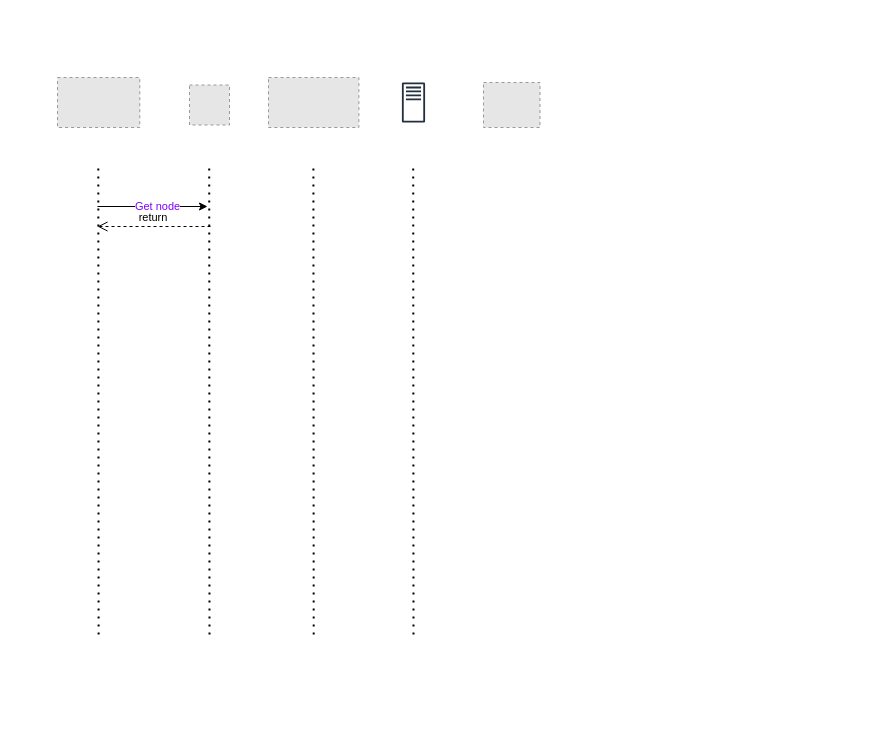
dzbeda/opsschool-mid-project keeps this draw.io diagram as page "CI\CD flow" (2 of 4) of Infra provisioning flow.drawio. Above is the earlier version. Source tidied: cells renumbered, new cells numbered last; positions are measured from the earlier drawing's top-left corner, leaving out a move shared by most shapes. Both pictures are drawn from the tidied source at 100%, with x=0, y=0 at pixel (57, 77). Pictures stored in the file or linked from it are replaced by grey dashed boxes.
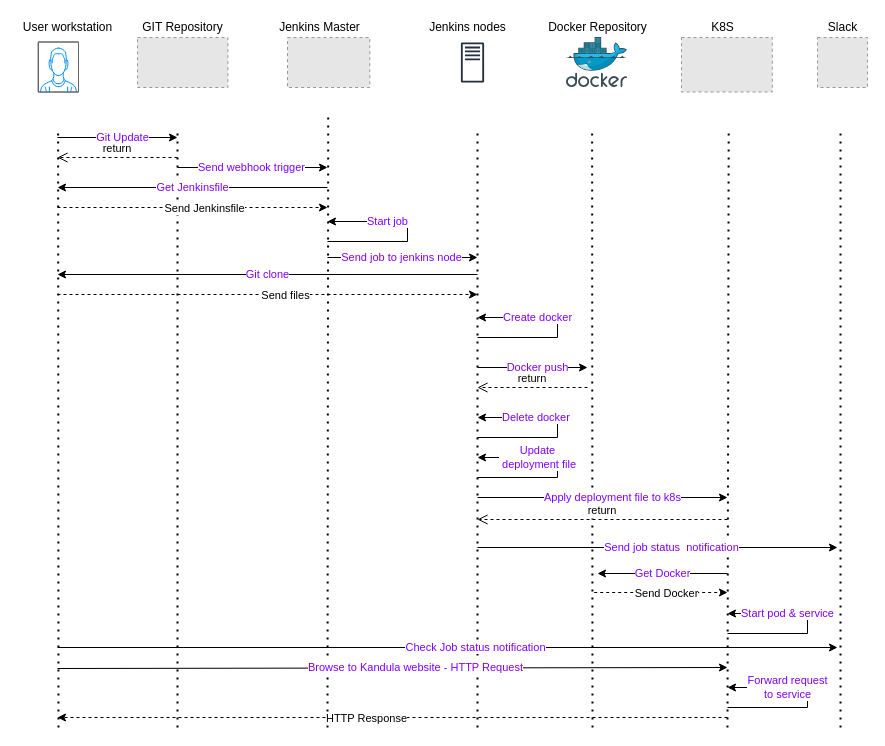
After the change.

Change to the diagram source:
```diff
@@
-    <mxCell id="2" style="fillColor=#E6E6E6;strokeColor=#999999;dashed=1;verticalLabelPosition=bottom;labelBackgroundColor=default;verticalAlign=top;" parent="1" vertex="1">
-      <mxGeometry x="132" y="7.5" width="40" height="40" as="geometry" />
-    </mxCell>
-    <mxCell id="3" style="fillColor=#E6E6E6;strokeColor=#999999;dashed=1;verticalLabelPosition=bottom;labelBackgroundColor=default;verticalAlign=top;" parent="1" vertex="1">
-      <mxGeometry x="426" y="5" width="56.5" height="45" as="geometry" />
-    </mxCell>
     <mxCell id="4" style="fillColor=#E6E6E6;strokeColor=#999999;dashed=1;verticalLabelPosition=bottom;labelBackgroundColor=default;verticalAlign=top;" parent="1" vertex="1">
-      <mxGeometry x="211" width="90.4" height="50" as="geometry" />
+      <mxGeometry x="80" y="-40" width="90.4" height="50" as="geometry" />
     </mxCell>
     <mxCell id="5" style="fillColor=#E6E6E6;strokeColor=#999999;dashed=1;verticalLabelPosition=bottom;labelBackgroundColor=default;verticalAlign=top;" parent="1" vertex="1">
-      <mxGeometry width="82.3" height="50" as="geometry" />
+      <mxGeometry x="230" y="-40" width="82.3" height="50" as="geometry" />
     </mxCell>
     <mxCell id="6" style="sketch=0;fontColor=#232F3E;gradientColor=none;strokeColor=#232F3E;fillColor=#ffffff;dashed=0;verticalLabelPosition=bottom;verticalAlign=top;align=center;html=1;fontSize=12;fontStyle=0;shape=mxgraph.aws4.resourceIcon;resIcon=mxgraph.aws4.traditional_server;" parent="1" vertex="1">
-      <mxGeometry x="331" width="50" height="50" as="geometry" />
+      <mxGeometry x="390" y="-40" width="50" height="50" as="geometry" />
     </mxCell>
-    <mxCell id="7" style="endArrow=none;dashed=1;html=1;dashPattern=1 3;strokeWidth=2;rounded=0;" parent="1" edge="1">
-      <mxGeometry relative="1" as="geometry">
-        <mxPoint x="41.1" y="557" as="sourcePoint" />
-        <mxPoint x="40.8" y="90" as="targetPoint" />
-      </mxGeometry>
-    </mxCell>
     <mxCell id="8" style="endArrow=none;dashed=1;html=1;dashPattern=1 3;strokeWidth=2;rounded=0;" parent="1" edge="1">
       <mxGeometry relative="1" as="geometry">
-        <mxPoint x="152" y="557" as="sourcePoint" />
-        <mxPoint x="151.7" y="90" as="targetPoint" />
+        <mxPoint x="120" y="650" as="sourcePoint" />
+        <mxPoint x="120" y="50" as="targetPoint" />
       </mxGeometry>
     </mxCell>
-    <mxCell id="9" style="endArrow=none;dashed=1;html=1;dashPattern=1 3;strokeWidth=2;rounded=0;" parent="1" edge="1">
-      <mxGeometry relative="1" as="geometry">
-        <mxPoint x="256.2" y="557" as="sourcePoint" />
-        <mxPoint x="255.9" y="90" as="targetPoint" />
-      </mxGeometry>
-    </mxCell>
-    <mxCell id="10" style="endArrow=none;dashed=1;html=1;dashPattern=1 3;strokeWidth=2;rounded=0;" parent="1" edge="1">
-      <mxGeometry relative="1" as="geometry">
-        <mxPoint x="356" y="557" as="sourcePoint" />
-        <mxPoint x="355.7" y="90" as="targetPoint" />
-      </mxGeometry>
-    </mxCell>
-    <mxCell id="11" style="endArrow=classic;html=1;rounded=0;" parent="1" edge="1">
-      <mxGeometry relative="1" as="geometry">
-        <mxPoint x="40" y="129" as="sourcePoint" />
-        <mxPoint x="150" y="129" as="targetPoint" />
-      </mxGeometry>
-    </mxCell>
-    <mxCell id="12" value="Get node" style="edgeLabel;html=1;align=center;verticalAlign=middle;fontColor=#7F00FF;" parent="11" vertex="1">
-      <mxGeometry x="0.07" y="1" relative="1" as="geometry" />
-    </mxCell>
-    <mxCell id="13" value="return" style="verticalAlign=bottom;endArrow=open;dashed=1;endSize=8;shadow=0;strokeWidth=1;" parent="1" edge="1">
-      <mxGeometry relative="1" as="geometry">
-        <mxPoint x="153" y="149" as="sourcePoint" />
-        <mxPoint x="40" y="149" as="targetPoint" />
-      </mxGeometry>
-    </mxCell>
+    <mxCell id="14" style="sketch=0;html=1;align=center;image;fontSize=12;image=img/lib/mscae/Docker.svg;" parent="1" vertex="1">
+      <mxGeometry x="509" y="-40" width="61" height="50" as="geometry" />
+    </mxCell>
+    <mxCell id="15" style="fillColor=#E6E6E6;strokeColor=#999999;dashed=1;verticalLabelPosition=bottom;labelBackgroundColor=default;verticalAlign=top;" parent="1" vertex="1">
+      <mxGeometry x="624" y="-40" width="90.8" height="54.5" as="geometry" />
+    </mxCell>
+    <mxCell id="16" style="endArrow=none;dashed=1;html=1;dashPattern=1 3;strokeWidth=2;rounded=0;" parent="1" edge="1">
+      <mxGeometry relative="1" as="geometry">
+        <mxPoint x="270" y="650" as="sourcePoint" />
+        <mxPoint x="270.7" y="40" as="targetPoint" />
+      </mxGeometry>
+    </mxCell>
+    <mxCell id="17" style="endArrow=none;dashed=1;html=1;dashPattern=1 3;strokeWidth=2;rounded=0;" parent="1" edge="1">
+      <mxGeometry relative="1" as="geometry">
+        <mxPoint x="535" y="650" as="sourcePoint" />
+        <mxPoint x="534.6" y="50" as="targetPoint" />
+      </mxGeometry>
+    </mxCell>
+    <mxCell id="18" style="endArrow=none;dashed=1;html=1;dashPattern=1 3;strokeWidth=2;rounded=0;" parent="1" edge="1">
+      <mxGeometry relative="1" as="geometry">
+        <mxPoint x="670" y="650" as="sourcePoint" />
+        <mxPoint x="671.2" y="50" as="targetPoint" />
+      </mxGeometry>
+    </mxCell>
+    <mxCell id="19" style="endArrow=none;dashed=1;html=1;dashPattern=1 3;strokeWidth=2;rounded=0;" parent="1" edge="1">
+      <mxGeometry relative="1" as="geometry">
+        <mxPoint x="783" y="650" as="sourcePoint" />
+        <mxPoint x="783" y="50" as="targetPoint" />
+      </mxGeometry>
+    </mxCell>
+    <mxCell id="20" value="return" style="verticalAlign=bottom;endArrow=open;dashed=1;endSize=8;shadow=0;strokeWidth=1;" parent="1" edge="1">
+      <mxGeometry relative="1" as="geometry">
+        <mxPoint x="120" y="80" as="sourcePoint" />
+        <mxPoint y="80" as="targetPoint" />
+      </mxGeometry>
+    </mxCell>
+    <mxCell id="21" style="endArrow=classic;html=1;rounded=0;" parent="1" edge="1">
+      <mxGeometry relative="1" as="geometry">
+        <mxPoint y="60" as="sourcePoint" />
+        <mxPoint x="120" y="60" as="targetPoint" />
+      </mxGeometry>
+    </mxCell>
+    <mxCell id="22" value="Git Update" style="edgeLabel;html=1;align=center;verticalAlign=middle;fontColor=#7F00FF;" parent="21" vertex="1">
+      <mxGeometry x="0.07" y="1" relative="1" as="geometry" />
+    </mxCell>
+    <mxCell id="23" style="endArrow=none;dashed=1;html=1;dashPattern=1 3;strokeWidth=2;rounded=0;" parent="1" edge="1">
+      <mxGeometry relative="1" as="geometry">
+        <mxPoint x="1" y="650" as="sourcePoint" />
+        <mxPoint x="0.6" y="50" as="targetPoint" />
+      </mxGeometry>
+    </mxCell>
+    <mxCell id="24" style="verticalLabelPosition=bottom;shadow=0;dashed=0;align=center;html=1;verticalAlign=top;strokeWidth=1;shape=mxgraph.mockup.containers.userMale;strokeColor=#666666;strokeColor2=#008cff;" parent="1" vertex="1">
+      <mxGeometry x="-19" y="-35.5" width="40" height="50" as="geometry" />
+    </mxCell>
+    <mxCell id="25" style="endArrow=classic;html=1;rounded=0;" parent="1" edge="1">
+      <mxGeometry relative="1" as="geometry">
+        <mxPoint x="120" y="90" as="sourcePoint" />
+        <mxPoint x="270" y="90" as="targetPoint" />
+      </mxGeometry>
+    </mxCell>
+    <mxCell id="26" value="Send webhook trigger" style="edgeLabel;html=1;align=center;verticalAlign=middle;fontColor=#7F00FF;" parent="25" vertex="1">
+      <mxGeometry x="0.07" y="1" relative="1" as="geometry">
+        <mxPoint x="-7" as="offset" />
+      </mxGeometry>
+    </mxCell>
+    <mxCell id="27" style="edgeStyle=segmentEdgeStyle;endArrow=classic;html=1;rounded=0;" parent="1" edge="1">
+      <mxGeometry relative="1" as="geometry">
+        <mxPoint x="270" y="164" as="sourcePoint" />
+        <mxPoint x="270" y="144" as="targetPoint" />
+        <Array as="points">
+          <mxPoint x="350" y="164" />
+          <mxPoint x="350" y="144" />
+        </Array>
+      </mxGeometry>
+    </mxCell>
+    <mxCell id="28" value="Start job" style="edgeLabel;html=1;align=center;verticalAlign=middle;fontColor=#7F00FF;" parent="27" vertex="1">
+      <mxGeometry x="0.34" y="-1" relative="1" as="geometry" />
+    </mxCell>
+    <mxCell id="29" style="fillColor=#E6E6E6;strokeColor=#999999;dashed=1;verticalLabelPosition=bottom;labelBackgroundColor=default;verticalAlign=top;" parent="1" vertex="1">
+      <mxGeometry x="760" y="-40" width="50" height="50" as="geometry" />
+    </mxCell>
+    <mxCell id="30" style="endArrow=none;dashed=1;html=1;dashPattern=1 3;strokeWidth=2;rounded=0;" parent="1" edge="1">
+      <mxGeometry relative="1" as="geometry">
+        <mxPoint x="420" y="650" as="sourcePoint" />
+        <mxPoint x="420" y="50" as="targetPoint" />
+      </mxGeometry>
+    </mxCell>
+    <mxCell id="31" style="endArrow=classic;html=1;rounded=0;" parent="1" edge="1">
+      <mxGeometry relative="1" as="geometry">
+        <mxPoint x="270" y="180" as="sourcePoint" />
+        <mxPoint x="420" y="180" as="targetPoint" />
+      </mxGeometry>
+    </mxCell>
+    <mxCell id="32" value="Send job to jenkins node" style="edgeLabel;html=1;align=center;verticalAlign=middle;fontColor=#7F00FF;" parent="31" vertex="1">
+      <mxGeometry x="0.07" y="1" relative="1" as="geometry">
+        <mxPoint x="-7" as="offset" />
+      </mxGeometry>
+    </mxCell>
+    <mxCell id="33" value="Git clone" style="endArrow=classic;html=1;rounded=0;fontColor=#7F00FF;" parent="1" edge="1">
+      <mxGeometry relative="1" as="geometry">
+        <mxPoint x="420" y="197" as="sourcePoint" />
+        <mxPoint y="197" as="targetPoint" />
+      </mxGeometry>
+    </mxCell>
+    <mxCell id="34" style="endArrow=classic;html=1;rounded=0;dashed=1;" parent="1" edge="1">
+      <mxGeometry relative="1" as="geometry">
+        <mxPoint y="217" as="sourcePoint" />
+        <mxPoint x="420" y="217" as="targetPoint" />
+      </mxGeometry>
+    </mxCell>
+    <mxCell id="35" value="Send files" style="edgeLabel;html=1;align=center;verticalAlign=middle;" parent="34" vertex="1">
+      <mxGeometry x="0.08" relative="1" as="geometry" />
+    </mxCell>
+    <mxCell id="36" value="Get Jenkinsfile" style="endArrow=classic;html=1;rounded=0;fontColor=#7F00FF;" parent="1" edge="1">
+      <mxGeometry relative="1" as="geometry">
+        <mxPoint x="270" y="110" as="sourcePoint" />
+        <mxPoint y="110" as="targetPoint" />
+      </mxGeometry>
+    </mxCell>
+    <mxCell id="37" style="endArrow=classic;html=1;rounded=0;dashed=1;" parent="1" edge="1">
+      <mxGeometry relative="1" as="geometry">
+        <mxPoint y="130" as="sourcePoint" />
+        <mxPoint x="270" y="130" as="targetPoint" />
+      </mxGeometry>
+    </mxCell>
+    <mxCell id="38" value="Send Jenkinsfile" style="edgeLabel;html=1;align=center;verticalAlign=middle;" parent="37" vertex="1">
+      <mxGeometry x="0.08" relative="1" as="geometry" />
+    </mxCell>
+    <mxCell id="39" style="edgeStyle=segmentEdgeStyle;endArrow=classic;html=1;rounded=0;" parent="1" edge="1">
+      <mxGeometry relative="1" as="geometry">
+        <mxPoint x="420" y="260" as="sourcePoint" />
+        <mxPoint x="420" y="240" as="targetPoint" />
+        <Array as="points">
+          <mxPoint x="500" y="260" />
+          <mxPoint x="500" y="240" />
+        </Array>
+      </mxGeometry>
+    </mxCell>
+    <mxCell id="40" value="Create docker" style="edgeLabel;html=1;align=center;verticalAlign=middle;fontColor=#7F00FF;" parent="39" vertex="1">
+      <mxGeometry x="0.34" y="-1" relative="1" as="geometry" />
+    </mxCell>
+    <mxCell id="41" value="return" style="verticalAlign=bottom;endArrow=open;dashed=1;endSize=8;shadow=0;strokeWidth=1;" parent="1" edge="1">
+      <mxGeometry relative="1" as="geometry">
+        <mxPoint x="530" y="310" as="sourcePoint" />
+        <mxPoint x="420" y="310" as="targetPoint" />
+      </mxGeometry>
+    </mxCell>
+    <mxCell id="42" style="endArrow=classic;html=1;rounded=0;" parent="1" edge="1">
+      <mxGeometry relative="1" as="geometry">
+        <mxPoint x="420" y="290" as="sourcePoint" />
+        <mxPoint x="530" y="290" as="targetPoint" />
+      </mxGeometry>
+    </mxCell>
+    <mxCell id="43" value="Docker push" style="edgeLabel;html=1;align=center;verticalAlign=middle;fontColor=#7F00FF;" parent="42" vertex="1">
+      <mxGeometry x="0.07" y="1" relative="1" as="geometry" />
+    </mxCell>
+    <mxCell id="44" style="edgeStyle=segmentEdgeStyle;endArrow=classic;html=1;rounded=0;" parent="1" edge="1">
+      <mxGeometry relative="1" as="geometry">
+        <mxPoint x="420" y="360" as="sourcePoint" />
+        <mxPoint x="420" y="340" as="targetPoint" />
+        <Array as="points">
+          <mxPoint x="500" y="360" />
+          <mxPoint x="500" y="340" />
+        </Array>
+      </mxGeometry>
+    </mxCell>
+    <mxCell id="45" value="Delete docker&amp;nbsp;" style="edgeLabel;html=1;align=center;verticalAlign=middle;fontColor=#7F00FF;" parent="44" vertex="1">
+      <mxGeometry x="0.34" y="-1" relative="1" as="geometry" />
+    </mxCell>
+    <mxCell id="46" style="edgeStyle=segmentEdgeStyle;endArrow=classic;html=1;rounded=0;" parent="1" edge="1">
+      <mxGeometry relative="1" as="geometry">
+        <mxPoint x="420" y="400" as="sourcePoint" />
+        <mxPoint x="420" y="380" as="targetPoint" />
+        <Array as="points">
+          <mxPoint x="500" y="400" />
+          <mxPoint x="500" y="380" />
+        </Array>
+      </mxGeometry>
+    </mxCell>
+    <mxCell id="47" value="Update&lt;br&gt;&amp;nbsp;deployment&amp;nbsp;file" style="edgeLabel;html=1;align=center;verticalAlign=middle;fontColor=#7F00FF;" parent="46" vertex="1">
+      <mxGeometry x="0.34" y="-1" relative="1" as="geometry" />
+    </mxCell>
+    <mxCell id="48" value="return" style="verticalAlign=bottom;endArrow=open;dashed=1;endSize=8;shadow=0;strokeWidth=1;" parent="1" edge="1">
+      <mxGeometry relative="1" as="geometry">
+        <mxPoint x="670" y="442" as="sourcePoint" />
+        <mxPoint x="420" y="442" as="targetPoint" />
+      </mxGeometry>
+    </mxCell>
+    <mxCell id="49" style="endArrow=classic;html=1;rounded=0;" parent="1" edge="1">
+      <mxGeometry relative="1" as="geometry">
+        <mxPoint x="420" y="420" as="sourcePoint" />
+        <mxPoint x="670" y="420" as="targetPoint" />
+      </mxGeometry>
+    </mxCell>
+    <mxCell id="50" value="Apply deployment file to k8s" style="edgeLabel;html=1;align=center;verticalAlign=middle;fontColor=#7F00FF;" parent="49" vertex="1">
+      <mxGeometry x="0.07" y="1" relative="1" as="geometry" />
+    </mxCell>
+    <mxCell id="51" style="endArrow=classic;html=1;rounded=0;" parent="1" edge="1">
+      <mxGeometry relative="1" as="geometry">
+        <mxPoint x="420" y="470" as="sourcePoint" />
+        <mxPoint x="780" y="470" as="targetPoint" />
+      </mxGeometry>
+    </mxCell>
+    <mxCell id="52" value="Send job status&amp;nbsp; notification" style="edgeLabel;html=1;align=center;verticalAlign=middle;fontColor=#7F00FF;" parent="51" vertex="1">
+      <mxGeometry x="0.07" y="1" relative="1" as="geometry" />
+    </mxCell>
+    <mxCell id="53" style="endArrow=classic;html=1;rounded=0;" parent="1" edge="1">
+      <mxGeometry relative="1" as="geometry">
+        <mxPoint y="570" as="sourcePoint" />
+        <mxPoint x="780" y="570" as="targetPoint" />
+      </mxGeometry>
+    </mxCell>
+    <mxCell id="54" value="Check Job status notification" style="edgeLabel;html=1;align=center;verticalAlign=middle;fontColor=#7F00FF;" parent="53" vertex="1">
+      <mxGeometry x="0.07" y="1" relative="1" as="geometry" />
+    </mxCell>
+    <mxCell id="55" style="endArrow=classic;html=1;rounded=0;" parent="1" edge="1">
+      <mxGeometry relative="1" as="geometry">
+        <mxPoint y="591" as="sourcePoint" />
+        <mxPoint x="670" y="590" as="targetPoint" />
+      </mxGeometry>
+    </mxCell>
+    <mxCell id="56" value="Browse to Kandula website - HTTP Request" style="edgeLabel;html=1;align=center;verticalAlign=middle;fontColor=#7F00FF;" parent="55" vertex="1">
+      <mxGeometry x="0.07" y="1" relative="1" as="geometry" />
+    </mxCell>
+    <mxCell id="57" value="Get Docker" style="endArrow=classic;html=1;rounded=0;fontColor=#7F00FF;" parent="1" edge="1">
+      <mxGeometry relative="1" as="geometry">
+        <mxPoint x="670" y="496" as="sourcePoint" />
+        <mxPoint x="540" y="496" as="targetPoint" />
+      </mxGeometry>
+    </mxCell>
+    <mxCell id="58" style="endArrow=classic;html=1;rounded=0;dashed=1;" parent="1" edge="1">
+      <mxGeometry relative="1" as="geometry">
+        <mxPoint x="536.7" y="515" as="sourcePoint" />
+        <mxPoint x="670" y="515" as="targetPoint" />
+      </mxGeometry>
+    </mxCell>
+    <mxCell id="59" value="Send Docker" style="edgeLabel;html=1;align=center;verticalAlign=middle;" parent="58" vertex="1">
+      <mxGeometry x="0.08" relative="1" as="geometry" />
+    </mxCell>
+    <mxCell id="60" style="edgeStyle=segmentEdgeStyle;endArrow=classic;html=1;rounded=0;" parent="1" edge="1">
+      <mxGeometry relative="1" as="geometry">
+        <mxPoint x="670" y="556" as="sourcePoint" />
+        <mxPoint x="670" y="536" as="targetPoint" />
+        <Array as="points">
+          <mxPoint x="750" y="556" />
+          <mxPoint x="750" y="536" />
+        </Array>
+      </mxGeometry>
+    </mxCell>
+    <mxCell id="61" value="Start pod &amp;amp; service" style="edgeLabel;html=1;align=center;verticalAlign=middle;fontColor=#7F00FF;" parent="60" vertex="1">
+      <mxGeometry x="0.34" y="-1" relative="1" as="geometry" />
+    </mxCell>
+    <mxCell id="62" style="edgeStyle=segmentEdgeStyle;endArrow=classic;html=1;rounded=0;" parent="1" edge="1">
+      <mxGeometry relative="1" as="geometry">
+        <mxPoint x="670" y="630" as="sourcePoint" />
+        <mxPoint x="670" y="610" as="targetPoint" />
+        <Array as="points">
+          <mxPoint x="750" y="630" />
+          <mxPoint x="750" y="610" />
+        </Array>
+      </mxGeometry>
+    </mxCell>
+    <mxCell id="63" value="Forward request &lt;br&gt;to service" style="edgeLabel;html=1;align=center;verticalAlign=middle;fontColor=#7F00FF;" parent="62" vertex="1">
+      <mxGeometry x="0.34" y="-1" relative="1" as="geometry" />
+    </mxCell>
+    <mxCell id="64" style="endArrow=classic;html=1;rounded=0;dashed=1;" parent="1" edge="1">
+      <mxGeometry relative="1" as="geometry">
+        <mxPoint x="670" y="640" as="sourcePoint" />
+        <mxPoint y="640" as="targetPoint" />
+      </mxGeometry>
+    </mxCell>
+    <mxCell id="65" value="HTTP Response" style="edgeLabel;html=1;align=center;verticalAlign=middle;" parent="64" vertex="1">
+      <mxGeometry x="0.08" relative="1" as="geometry" />
+    </mxCell>
+    <mxCell id="66" value="User workstation" style="text;html=1;align=center;verticalAlign=middle;fillColor=none;strokeColor=none;rounded=0;" parent="1" vertex="1">
+      <mxGeometry x="-40" y="-60" width="100" height="20" as="geometry" />
+    </mxCell>
+    <mxCell id="67" value="GIT Repository" style="text;html=1;align=center;verticalAlign=middle;fillColor=none;strokeColor=none;rounded=0;" parent="1" vertex="1">
+      <mxGeometry x="75.2" y="-60" width="100" height="20" as="geometry" />
+    </mxCell>
+    <mxCell id="68" value="Jenkins Master" style="text;html=1;align=center;verticalAlign=middle;fillColor=none;strokeColor=none;rounded=0;" parent="1" vertex="1">
+      <mxGeometry x="212.3" y="-60" width="100" height="20" as="geometry" />
+    </mxCell>
+    <mxCell id="69" value="Jenkins nodes" style="text;html=1;align=center;verticalAlign=middle;fillColor=none;strokeColor=none;rounded=0;" parent="1" vertex="1">
+      <mxGeometry x="365" y="-60" width="90" height="20" as="geometry" />
+    </mxCell>
+    <mxCell id="70" value="Docker Repository" style="text;html=1;align=center;verticalAlign=middle;fillColor=none;strokeColor=none;rounded=0;" parent="1" vertex="1">
+      <mxGeometry x="484.5" y="-60" width="110" height="20" as="geometry" />
+    </mxCell>
+    <mxCell id="71" value="K8S" style="text;html=1;align=center;verticalAlign=middle;fillColor=none;strokeColor=none;rounded=0;" parent="1" vertex="1">
+      <mxGeometry x="645" y="-60" width="40" height="20" as="geometry" />
+    </mxCell>
+    <mxCell id="72" value="Slack" style="text;html=1;align=center;verticalAlign=middle;fillColor=none;strokeColor=none;rounded=0;" parent="1" vertex="1">
+      <mxGeometry x="765" y="-60" width="40" height="20" as="geometry" />
+    </mxCell>
```
